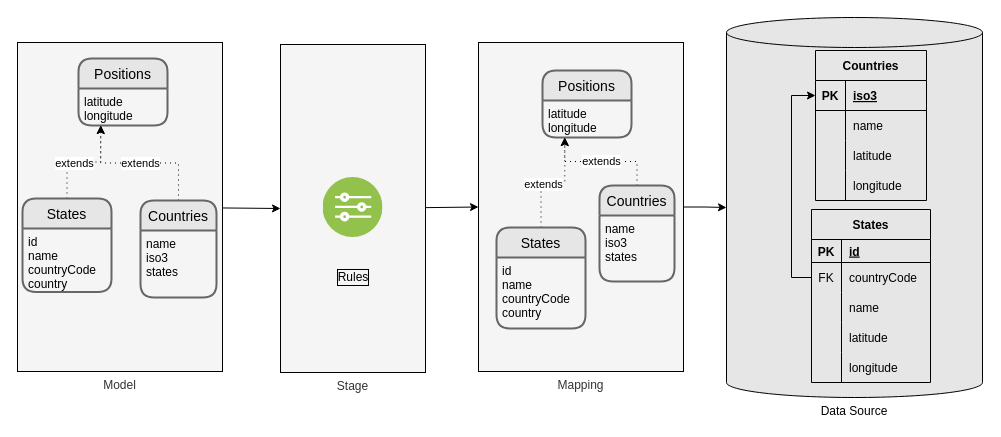
The draw.io diagram design/schema2.drawio in lambda-orm/lambdaorm, before the edit. Source tidied: cells renumbered, new cells numbered last; positions are measured from the earlier drawing's top-left corner, leaving out a move shared by most shapes. Both pictures are drawn from the tidied source at 100%, with x=0, y=0 at pixel (17, 17).
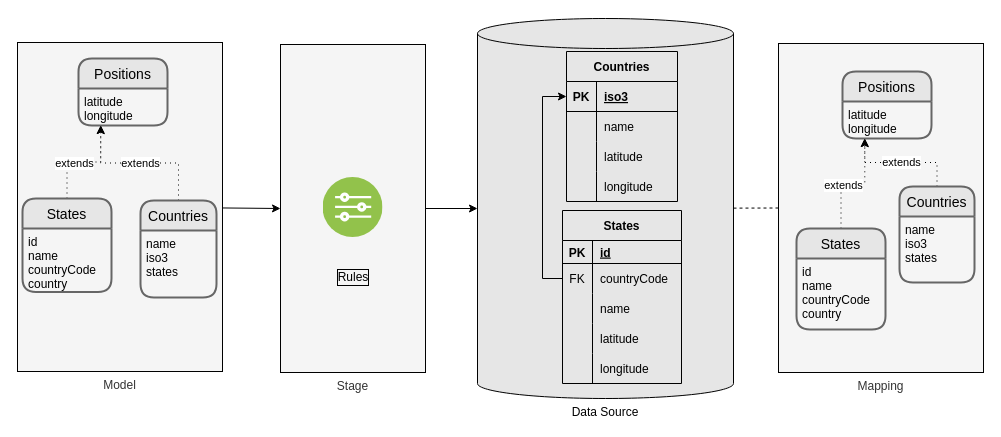
The same page after the edit.

The change refers to these unchanged cells:
```xml
<mxCell id="56" value="Stage" style="rounded=0;whiteSpace=wrap;html=1;labelBackgroundColor=none;sketch=0;fillColor=#f5f5f5;fontColor=#333333;strokeColor=#000000;labelPosition=center;verticalLabelPosition=bottom;align=center;verticalAlign=top;" parent="1" vertex="1">
  <mxGeometry x="263" y="27" width="145" height="328" as="geometry" />
</mxCell>
```

The edit, as a diff of the source:
```diff
@@
+    <mxCell id="59" style="edgeStyle=none;html=1;entryX=0;entryY=0.5;entryDx=0;entryDy=0;strokeColor=#000000;dashed=1;endArrow=none;endFill=0;" parent="1" edge="1" source="4" target="45">
+      <mxGeometry relative="1" as="geometry" />
+    </mxCell>
     <mxCell id="4" value="Data Source" style="shape=cylinder3;whiteSpace=wrap;html=1;boundedLbl=1;backgroundOutline=1;size=15;fillColor=#E6E6E6;strokeColor=#000000;labelPosition=center;verticalLabelPosition=bottom;align=center;verticalAlign=top;fontColor=#000000;" parent="1" vertex="1">
-      <mxGeometry x="709" width="256" height="380" as="geometry" />
+      <mxGeometry x="460" y="1" width="256" height="380" as="geometry" />
     </mxCell>
@@
     <mxCell id="11" value="Countries" style="shape=table;startSize=30;childLayout=tableLayout;rowLines=0;fontStyle=1;align=center;fontColor=#000000;strokeColor=#000000;fillColor=#E6E6E6;" parent="1" vertex="1">
-      <mxGeometry x="798" y="33" width="111" height="150" as="geometry" />
+      <mxGeometry x="549" y="34" width="111" height="150" as="geometry" />
     </mxCell>
@@
     <mxCell id="25" value="States" style="shape=table;startSize=30;childLayout=tableLayout;rowLines=0;fontStyle=1;align=center;fontColor=#000000;strokeColor=#000000;fillColor=#E6E6E6;" parent="1" vertex="1">
-      <mxGeometry x="794" y="192" width="119" height="173" as="geometry" />
+      <mxGeometry x="545" y="193" width="119" height="173" as="geometry" />
     </mxCell>
@@
-    <mxCell id="44" style="edgeStyle=orthogonalEdgeStyle;rounded=0;jettySize=auto;html=1;entryX=0;entryY=0.5;entryDx=0;entryDy=0;entryPerimeter=0;labelBackgroundColor=#FFFFFF;fontColor=#000000;strokeColor=#000000;" parent="1" edge="1" source="45" target="4">
-      <mxGeometry relative="1" as="geometry" />
-    </mxCell>
     <mxCell id="45" value="Mapping" style="rounded=0;whiteSpace=wrap;html=1;labelBackgroundColor=none;sketch=0;fillColor=#f5f5f5;fontColor=#333333;strokeColor=#000000;labelPosition=center;verticalLabelPosition=bottom;align=center;verticalAlign=top;" parent="1" vertex="1">
-      <mxGeometry x="461" y="25" width="205" height="329" as="geometry" />
+      <mxGeometry x="761" y="26" width="205" height="329" as="geometry" />
     </mxCell>
     <mxCell id="46" value="Positions" style="swimlane;horizontal=1;startSize=30;rounded=1;fontSize=14;fontStyle=0;strokeWidth=2;shadow=0;dashed=0;align=center;fontColor=#000000;fillColor=#E6E6E6;strokeColor=#666666;" parent="1" vertex="1">
-      <mxGeometry x="525" y="53" width="89" height="67" as="geometry" />
+      <mxGeometry x="825" y="54" width="89" height="67" as="geometry" />
     </mxCell>
@@
     <mxCell id="50" value="States" style="swimlane;horizontal=1;startSize=30;rounded=1;fontSize=14;fontStyle=0;strokeWidth=2;shadow=0;dashed=0;align=center;fontColor=#000000;fillColor=#E6E6E6;strokeColor=#666666;" parent="1" vertex="1">
-      <mxGeometry x="479" y="210" width="89" height="101" as="geometry" />
+      <mxGeometry x="779" y="211" width="89" height="101" as="geometry" />
     </mxCell>
@@
     <mxCell id="53" value="Countries" style="swimlane;horizontal=1;startSize=30;rounded=1;fontSize=14;fontStyle=0;strokeWidth=2;shadow=0;dashed=0;align=center;fontColor=#000000;fillColor=#E6E6E6;strokeColor=#666666;" parent="1" vertex="1">
-      <mxGeometry x="582" y="168" width="75" height="96" as="geometry" />
+      <mxGeometry x="882" y="169" width="75" height="96" as="geometry" />
     </mxCell>
@@
-    <mxCell id="55" style="edgeStyle=none;html=1;entryX=0;entryY=0.5;entryDx=0;entryDy=0;strokeColor=#000000;" parent="1" edge="1" source="56" target="45">
-      <mxGeometry relative="1" as="geometry" />
-    </mxCell>
+    <mxCell id="60" style="edgeStyle=none;html=1;entryX=0;entryY=0.5;entryDx=0;entryDy=0;entryPerimeter=0;strokeColor=#000000;" parent="1" edge="1" source="56" target="4">
+      <mxGeometry relative="1" as="geometry" />
+    </mxCell>
```
